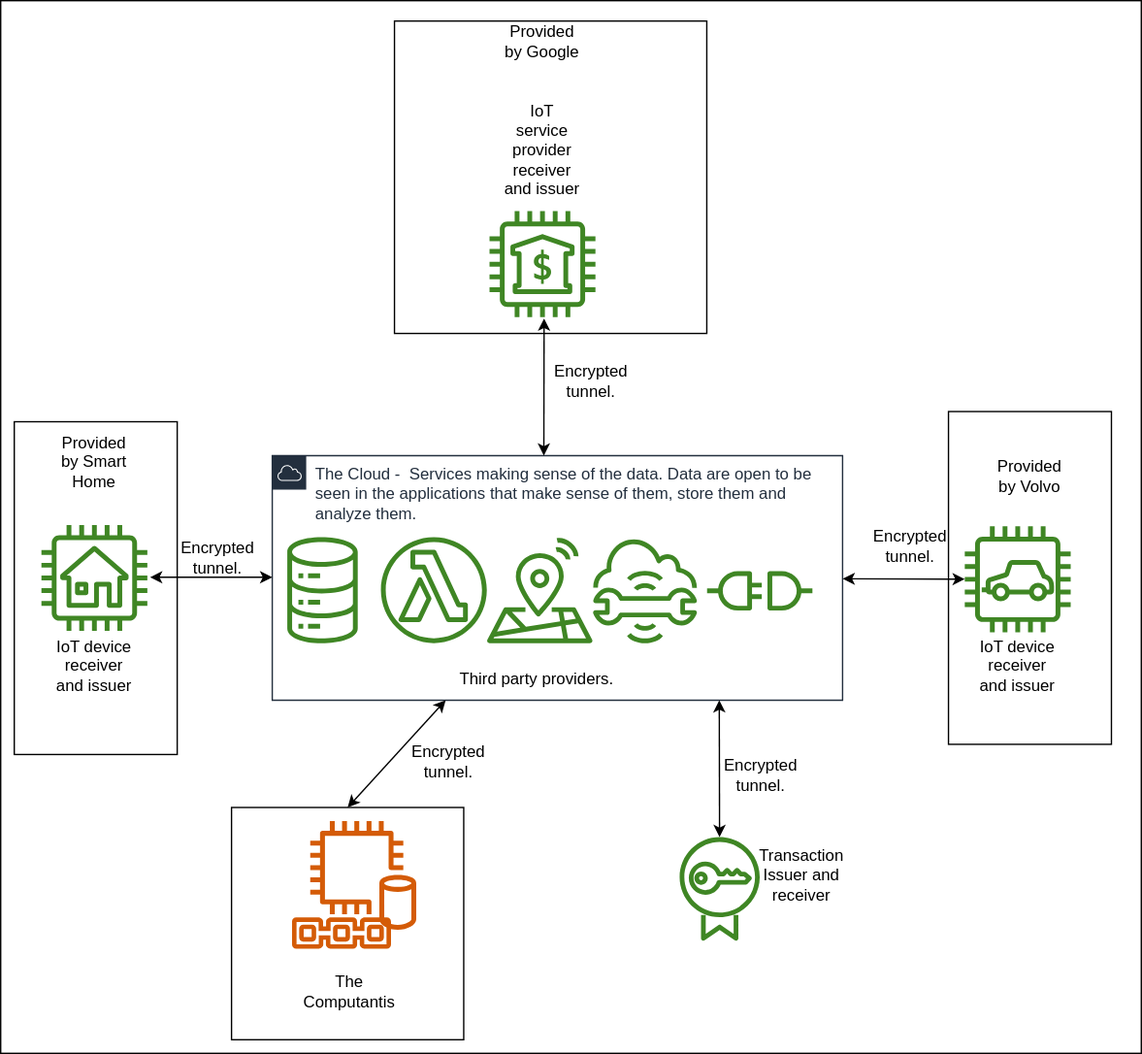
Before: docs/assets/img/computantis-cloud.drawio.svg, a diagram exported from draw.io (TheBlueDotGame/The-Accountant). Source tidied: cells renumbered, new cells last; positions are measured from the earlier drawing's top-left corner, leaving out a move shared by most shapes.
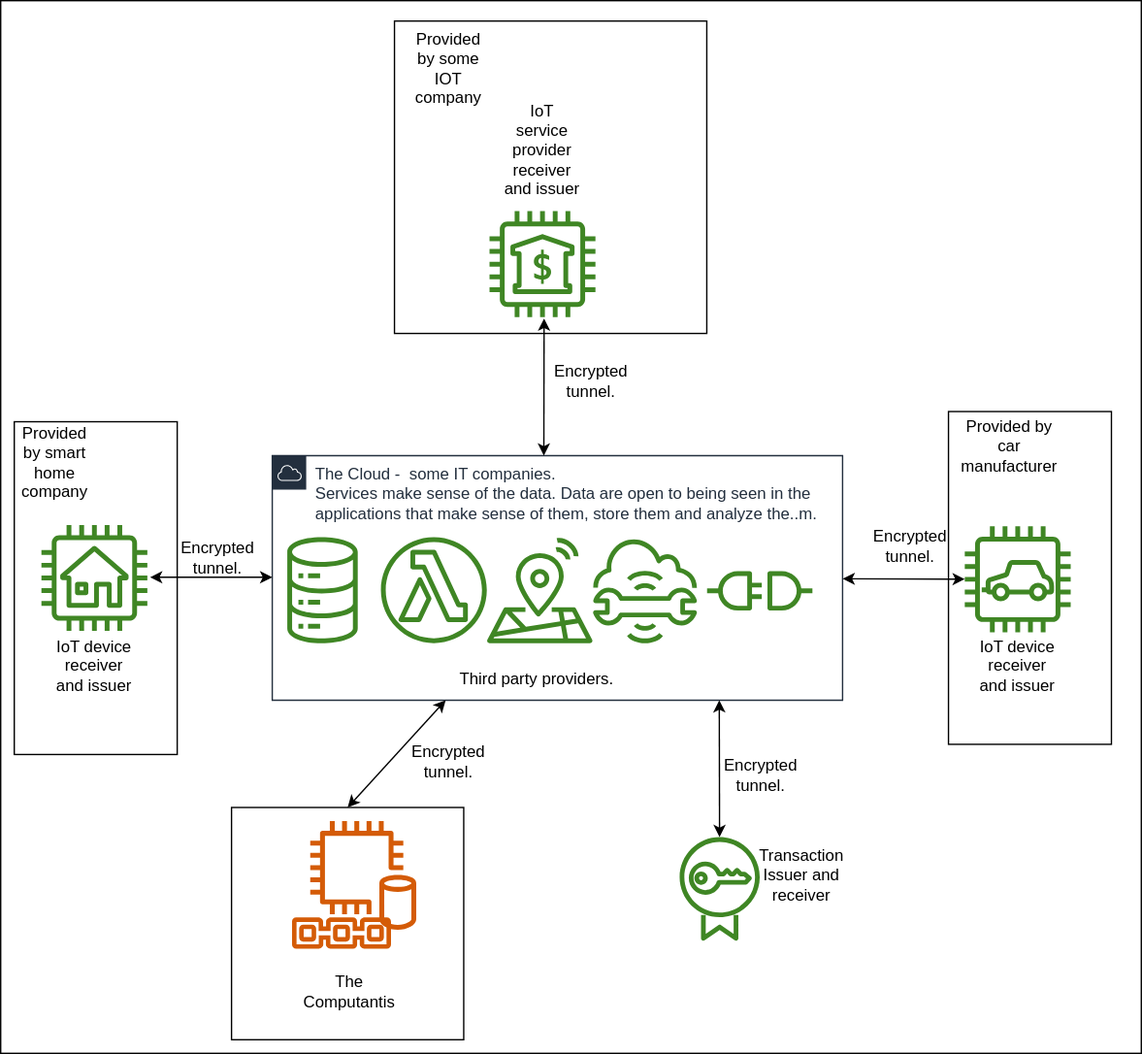
After the commit.

Diff of the diagram source:
```diff
@@ -14,7 +14,7 @@
     <mxCell id="5" style="rounded=0;whiteSpace=wrap;html=1;" parent="1" vertex="1">
       <mxGeometry x="698" y="302.5" width="120" height="245" as="geometry" />
     </mxCell>
-    <mxCell id="6" value="&lt;div&gt;The Cloud -&amp;nbsp; Services making sense of the data. Data are open to be seen in the applications that make sense of them, store them and analyze them. &lt;br&gt;&lt;/div&gt;&lt;div&gt;&lt;br&gt;&lt;/div&gt;" style="points=[[0,0],[0.25,0],[0.5,0],[0.75,0],[1,0],[1,0.25],[1,0.5],[1,0.75],[1,1],[0.75,1],[0.5,1],[0.25,1],[0,1],[0,0.75],[0,0.5],[0,0.25]];outlineConnect=0;gradientColor=none;html=1;whiteSpace=wrap;fontSize=12;fontStyle=0;shape=mxgraph.aws4.group;grIcon=mxgraph.aws4.group_aws_cloud;strokeColor=#232F3E;fillColor=none;verticalAlign=top;align=left;spacingLeft=30;fontColor=#232F3E;dashed=0;" parent="1" vertex="1">
+    <mxCell id="6" value="&lt;div&gt;The Cloud -&amp;nbsp; some IT companies.&lt;br&gt;&lt;/div&gt;&lt;div&gt;Services make sense of the data. Data are open to being seen in the applications that make sense of them, store them and analyze the..m.&lt;br&gt;&lt;/div&gt;&lt;div&gt;&lt;br&gt;&lt;/div&gt;" style="points=[[0,0],[0.25,0],[0.5,0],[0.75,0],[1,0],[1,0.25],[1,0.5],[1,0.75],[1,1],[0.75,1],[0.5,1],[0.25,1],[0,1],[0,0.75],[0,0.5],[0,0.25]];outlineConnect=0;gradientColor=none;html=1;whiteSpace=wrap;fontSize=12;fontStyle=0;shape=mxgraph.aws4.group;grIcon=mxgraph.aws4.group_aws_cloud;strokeColor=#232F3E;fillColor=none;verticalAlign=top;align=left;spacingLeft=30;fontColor=#232F3E;dashed=0;" parent="1" vertex="1">
       <mxGeometry x="200" y="335" width="420" height="180" as="geometry" />
     </mxCell>
     <mxCell id="7" style="sketch=0;fontColor=#232F3E;gradientColor=none;fillColor=#3F8624;strokeColor=none;dashed=0;verticalLabelPosition=bottom;verticalAlign=top;align=center;html=1;fontSize=12;fontStyle=0;shape=mxgraph.aws4.iot_analytics_data_store;" parent="6" vertex="1">
@@ -106,14 +106,14 @@
     <mxCell id="33" value="&lt;div&gt;IoT service &lt;br&gt;&lt;/div&gt;&lt;div&gt;provider &lt;br&gt;&lt;/div&gt;&lt;div&gt;receiver and issuer&lt;/div&gt;" style="text;html=1;strokeColor=none;fillColor=none;align=center;verticalAlign=middle;whiteSpace=wrap;rounded=0;" parent="1" vertex="1">
       <mxGeometry x="369" y="95" width="60" height="30" as="geometry" />
     </mxCell>
-    <mxCell id="34" value="Provided by Smart Home" style="text;html=1;strokeColor=none;fillColor=none;align=center;verticalAlign=middle;whiteSpace=wrap;rounded=0;" parent="1" vertex="1">
-      <mxGeometry x="39" y="325" width="60" height="30" as="geometry" />
+    <mxCell id="34" value="Provided by smart home company" style="text;html=1;strokeColor=none;fillColor=none;align=center;verticalAlign=middle;whiteSpace=wrap;rounded=0;" parent="1" vertex="1">
+      <mxGeometry x="10" y="325" width="60" height="30" as="geometry" />
     </mxCell>
-    <mxCell id="35" value="Provided by Volvo" style="text;html=1;strokeColor=none;fillColor=none;align=center;verticalAlign=middle;whiteSpace=wrap;rounded=0;" parent="1" vertex="1">
-      <mxGeometry x="728" y="335" width="60" height="30" as="geometry" />
+    <mxCell id="35" value="Provided by car manufacturer" style="text;html=1;strokeColor=none;fillColor=none;align=center;verticalAlign=middle;whiteSpace=wrap;rounded=0;" parent="1" vertex="1">
+      <mxGeometry x="707" y="310" width="72" height="35" as="geometry" />
     </mxCell>
-    <mxCell id="36" value="Provided by Google" style="text;html=1;strokeColor=none;fillColor=none;align=center;verticalAlign=middle;whiteSpace=wrap;rounded=0;" parent="1" vertex="1">
-      <mxGeometry x="369" y="15" width="60" height="30" as="geometry" />
+    <mxCell id="36" value="Provided by some IOT company" style="text;html=1;strokeColor=none;fillColor=none;align=center;verticalAlign=middle;whiteSpace=wrap;rounded=0;" parent="1" vertex="1">
+      <mxGeometry x="300" y="35" width="60" height="30" as="geometry" />
     </mxCell>
     <mxCell id="37" value="The Computantis " style="text;html=1;strokeColor=none;fillColor=none;align=center;verticalAlign=middle;whiteSpace=wrap;rounded=0;" parent="1" vertex="1">
       <mxGeometry x="227" y="715" width="60" height="30" as="geometry" />
```
